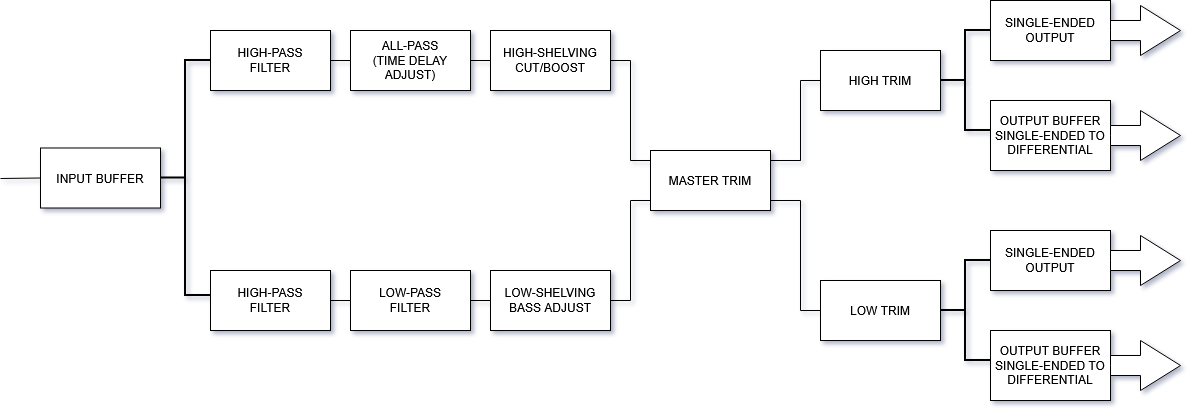
The draw.io diagram active-crossover-two-way/images/block_diagram.png in VirtuosiAudioDesign/Bi-amplified-studio-monitor, before a commit. Source tidied: cells renumbered, new cells last; positions are measured from the earlier drawing's top-left corner, leaving out a move shared by most shapes.
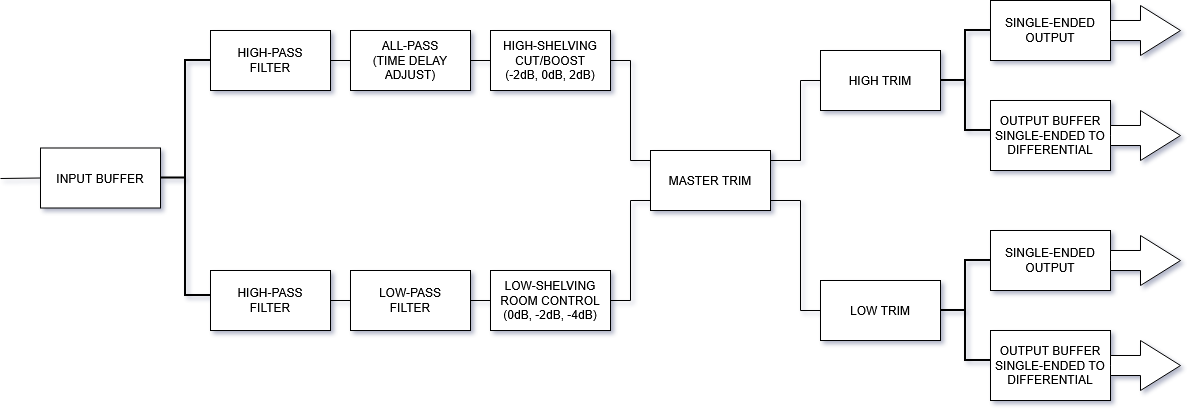
Above is the later version.

Commit message:
Initial commit: complete README with project overview and structure

What changed in the source:
```diff
@@ -17,7 +17,7 @@
     <mxCell id="6" style="endArrow=none;html=1;rounded=0;exitX=1;exitY=0.5;exitDx=0;exitDy=0;entryX=0;entryY=0.5;entryDx=0;entryDy=0;" parent="1" edge="1" source="3" target="5">
       <mxGeometry relative="1" as="geometry" />
     </mxCell>
-    <mxCell id="7" value="&lt;div&gt;HIGH-SHELVING&lt;/div&gt;&lt;div&gt;CUT/BOOST&lt;/div&gt;" style="rounded=0;whiteSpace=wrap;html=1;" parent="1" vertex="1">
+    <mxCell id="7" value="&lt;div&gt;HIGH-SHELVING&lt;/div&gt;&lt;div&gt;CUT/BOOST&lt;/div&gt;&lt;div&gt;(-2dB, 0dB, 2dB)&lt;/div&gt;" style="rounded=0;whiteSpace=wrap;html=1;" parent="1" vertex="1">
       <mxGeometry x="490" y="30" width="120" height="60" as="geometry" />
     </mxCell>
     <mxCell id="8" style="endArrow=none;html=1;rounded=0;entryX=1;entryY=0.5;entryDx=0;entryDy=0;" parent="1" edge="1" target="5">
@@ -89,7 +89,7 @@
     <mxCell id="24" style="endArrow=none;html=1;rounded=0;exitX=1;exitY=0.5;exitDx=0;exitDy=0;entryX=0;entryY=0.5;entryDx=0;entryDy=0;" parent="1" edge="1" source="22" target="23">
       <mxGeometry relative="1" as="geometry" />
     </mxCell>
-    <mxCell id="25" value="&lt;div&gt;LOW-SHELVING&lt;/div&gt;&lt;div&gt;BASS ADJUST&lt;/div&gt;" style="rounded=0;whiteSpace=wrap;html=1;" parent="1" vertex="1">
+    <mxCell id="25" value="&lt;div&gt;LOW-SHELVING&lt;/div&gt;&lt;div&gt;ROOM CONTROL&lt;/div&gt;&lt;div&gt;(0dB, -2dB, -4dB)&lt;/div&gt;" style="rounded=0;whiteSpace=wrap;html=1;" parent="1" vertex="1">
       <mxGeometry x="490" y="270" width="120" height="60" as="geometry" />
     </mxCell>
     <mxCell id="26" style="endArrow=none;html=1;rounded=0;exitX=1;exitY=0.5;exitDx=0;exitDy=0;entryX=0;entryY=0.5;entryDx=0;entryDy=0;" parent="1" edge="1" source="23" target="25">
```
